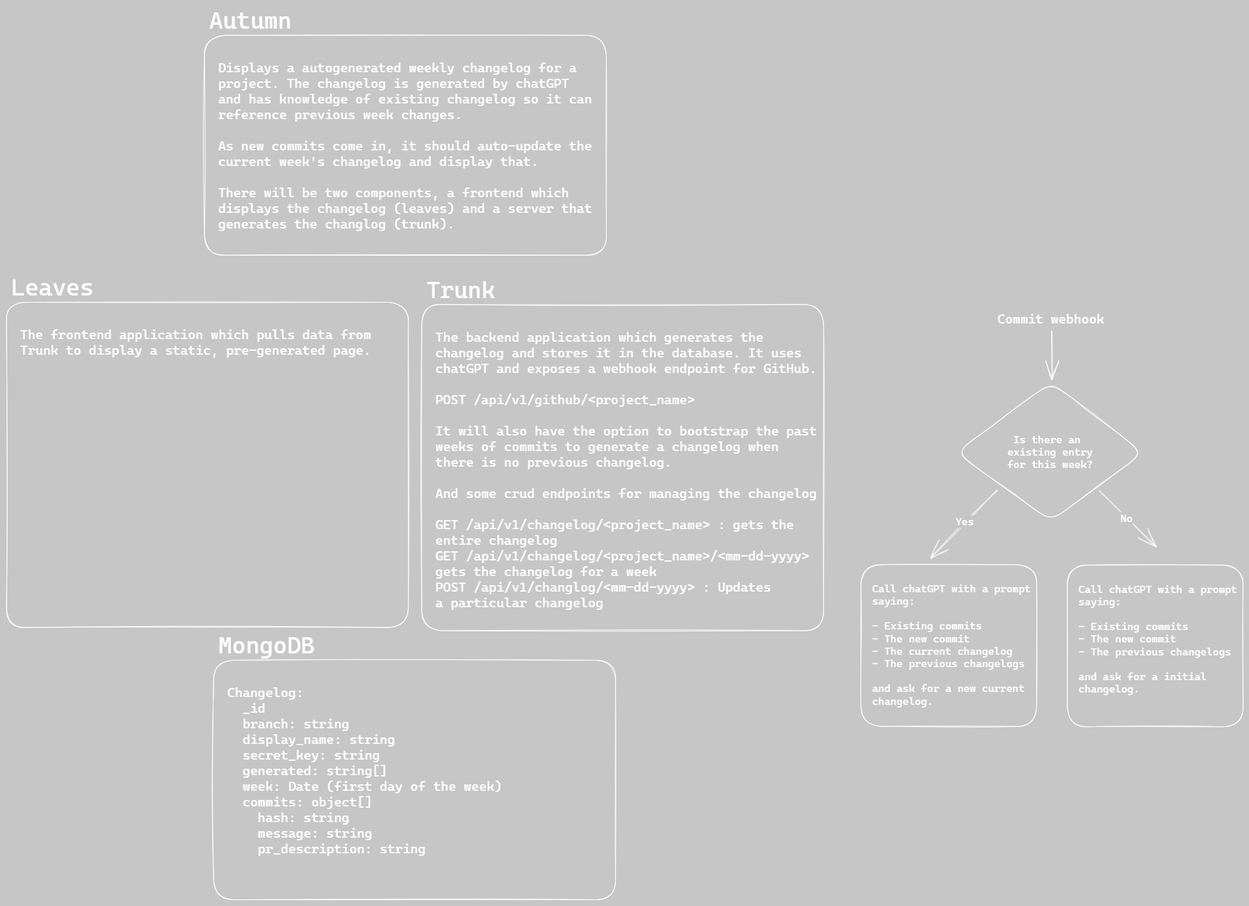
Above: architecture.excalidraw.png in ZackarySantana/Autumn (Excalidraw), before the change. Source tidied: one line per element, renumbered; positions are measured from the earlier drawing's top-left corner, leaving out a move shared by most shapes.
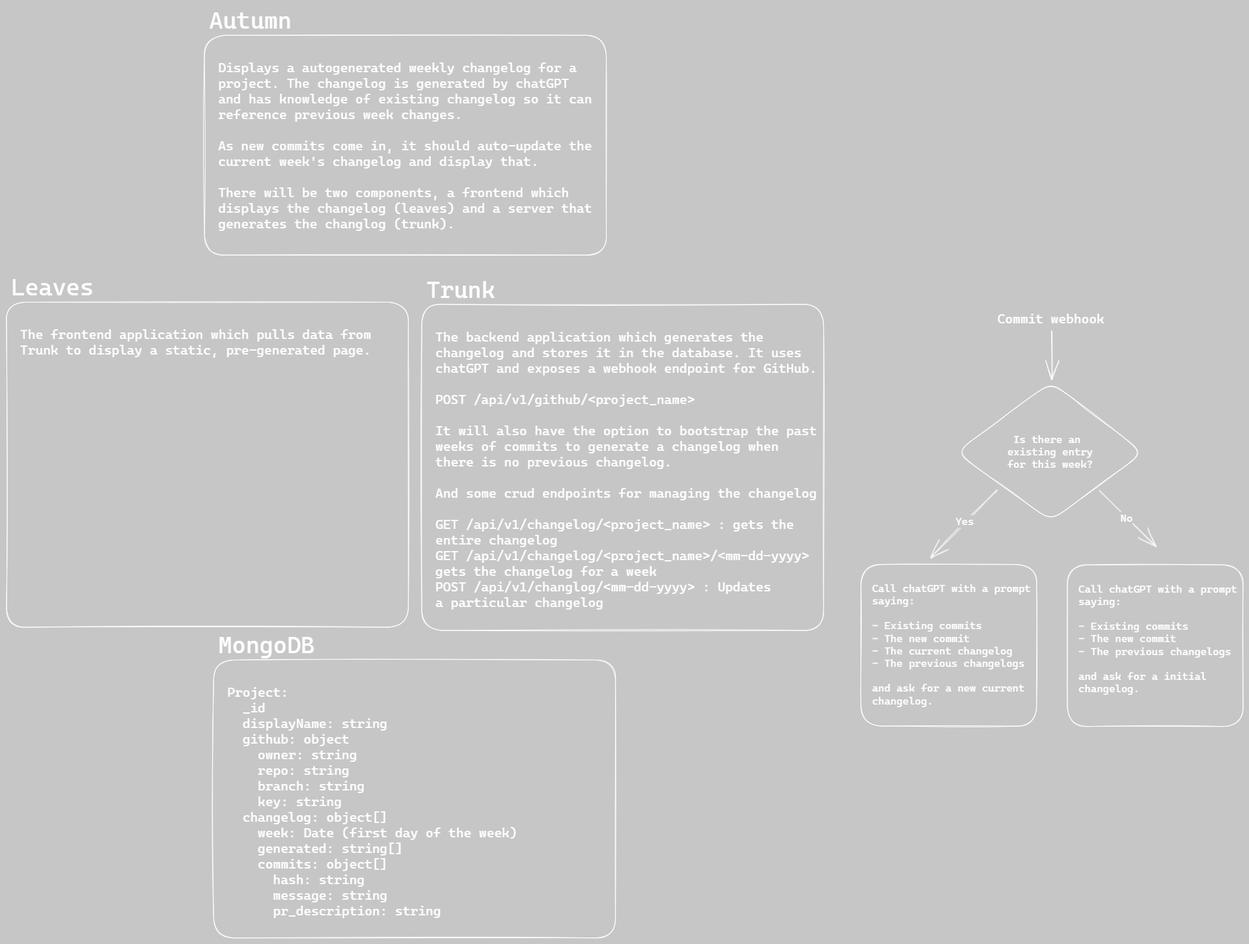
After the commit.

Commit message:
More autogenration and refining of changelog schema

Diff of the diagram source:
```diff
@@ -7,9 +7,9 @@
 {"id": 6, "type": "rectangle", "strokeColor": "#ffffff", "strokeWidth": 1, "roughness": 1, "round": true, "x": 0, "y": 454, "width": 617, "height": 500}
 {"id": 7, "type": "text", "text": "Leaves", "strokeColor": "#ffffff", "strokeWidth": 1, "roughness": 1, "fontSize": 36, "fontFamily": 3, "x": 7, "y": 410, "width": 127, "height": 43}
 {"id": 8, "type": "text", "text": "The frontend application which pulls data from\nTrunk to display a static, pre-generated page.", "strokeColor": "#ffffff", "strokeWidth": 1, "roughness": 1, "fontSize": 20, "fontFamily": 3, "x": 21, "y": 492, "width": 539, "height": 48}
-{"id": 9, "type": "rectangle", "strokeColor": "#ffffff", "strokeWidth": 1, "roughness": 1, "round": true, "x": 318, "y": 1004, "width": 617, "height": 368}
+{"id": 9, "type": "rectangle", "strokeColor": "#ffffff", "strokeWidth": 1, "roughness": 1, "round": true, "x": 318, "y": 1004, "width": 617, "height": 427}
 {"id": 10, "type": "text", "text": "MongoDB", "strokeColor": "#ffffff", "strokeWidth": 1, "roughness": 1, "fontSize": 36, "fontFamily": 3, "x": 325, "y": 960, "width": 148, "height": 43}
-{"id": 11, "type": "text", "text": "Changelog:\n  _id\n  branch: string\n  display_name: string\n  secret_key: string\n  generated: string[]\n  week: Date (first day of the week)\n  commits: object[]\n    hash: string\n    message: string\n    pr_description: string", "strokeColor": "#ffffff", "strokeWidth": 1, "roughness": 1, "fontSize": 20, "fontFamily": 3, "x": 339, "y": 1042, "width": 422, "height": 264}
+{"id": 11, "type": "text", "text": "Project:\n  _id\n  displayName: string\n  github: object\n    owner: string\n    repo: string\n    branch: string\n    key: string\n  changelog: object[]\n    week: Date (first day of the week)\n    generated: string[]\n    commits: object[]\n      hash: string\n      message: string\n      pr_description: string", "strokeColor": "#ffffff", "strokeWidth": 1, "roughness": 1, "fontSize": 20, "fontFamily": 3, "x": 339, "y": 1042, "width": 445, "height": 360}
 {"id": 12, "type": "arrow", "strokeColor": "#ffffff", "strokeWidth": 1, "roughness": 1, "endArrowhead": "arrow", "round": true, "from": 13, "to": 14, "x": 1606, "y": 498, "width": 0, "height": 74, "points": [[0, 0], [0, 74]]}
 {"id": 13, "type": "text", "text": "Commit webhook", "strokeColor": "#ffffff", "strokeWidth": 1, "roughness": 1, "fontSize": 20, "fontFamily": 3, "x": 1523, "y": 468, "width": 164, "height": 24}
 {"id": 14, "type": "diamond", "strokeColor": "#ffffff", "strokeWidth": 1, "roughness": 1, "round": true, "x": 1459, "y": 577, "width": 288, "height": 214}
```
